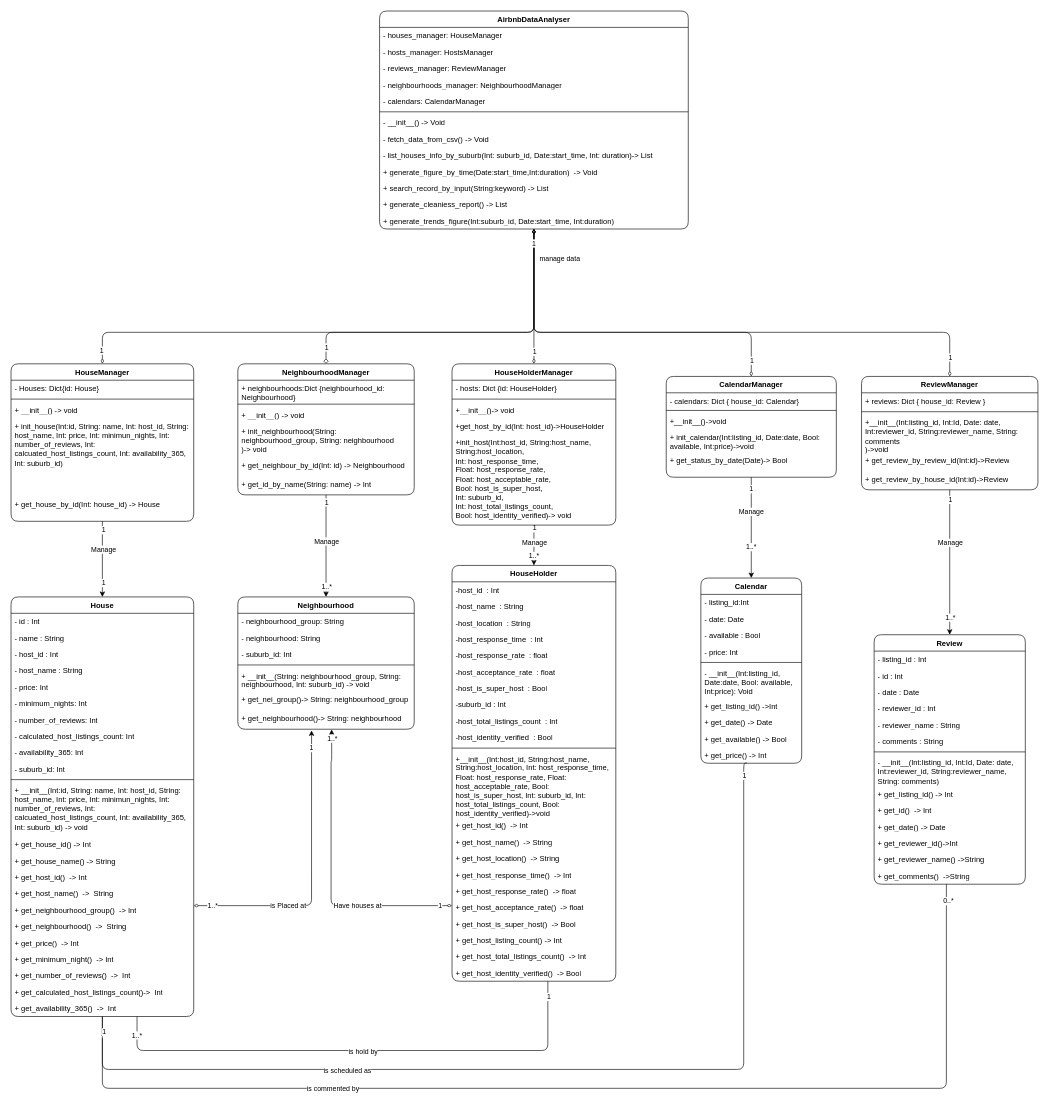
wsq94317/SoftwareTechnologyGroup47 keeps this draw.io diagram as page "第 2 页" (2 of 2) of resources/flowchart_uml/chart/flowchart_uml.drawio. Above is the earlier version. Source tidied: cells renumbered, new cells numbered last; positions are measured from the earlier drawing's top-left corner, leaving out a move shared by most shapes. Both pictures are drawn from the tidied source at 63%, with x=0, y=0 at pixel (11, 11).
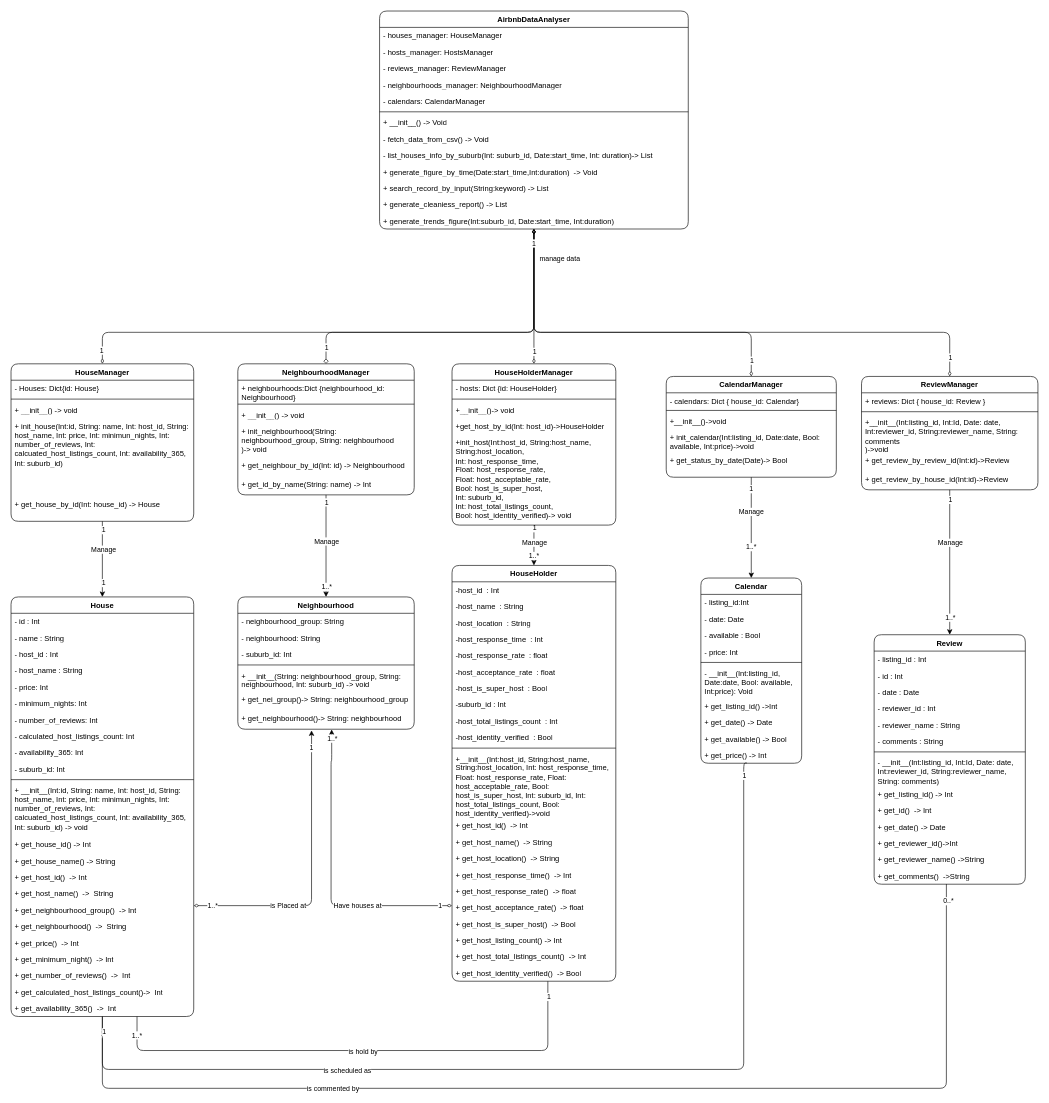
The same page after the edit.

The change refers to these unchanged cells:
```xml
<mxCell id="112" value="AirbnbDataAnalyser" style="swimlane;fontStyle=1;align=center;verticalAlign=top;horizontal=1;startSize=26;whiteSpace=wrap;html=1;fontFamily=Helvetica;fontSize=12;fontColor=#000000;fillColor=none;gradientColor=none;rounded=1;" parent="1" vertex="1">
  <mxGeometry x="585" width="490" height="346" as="geometry" />
</mxCell>
```

The edit, as a diff of the source:
```diff
@@
-    <mxCell id="119" value="- __init__() -&amp;gt; Void" style="text;strokeColor=none;fillColor=none;align=left;verticalAlign=top;spacingLeft=4;spacingRight=4;overflow=hidden;whiteSpace=wrap;html=1;fontSize=12;fontFamily=Helvetica;fontColor=#000000;rounded=1;" parent="112" vertex="1">
+    <mxCell id="119" value="+ __init__() -&amp;gt; Void" style="text;strokeColor=none;fillColor=none;align=left;verticalAlign=top;spacingLeft=4;spacingRight=4;overflow=hidden;whiteSpace=wrap;html=1;fontSize=12;fontFamily=Helvetica;fontColor=#000000;rounded=1;" parent="112" vertex="1">
       <mxGeometry y="164" width="490" height="26" as="geometry" />
     </mxCell>
```
